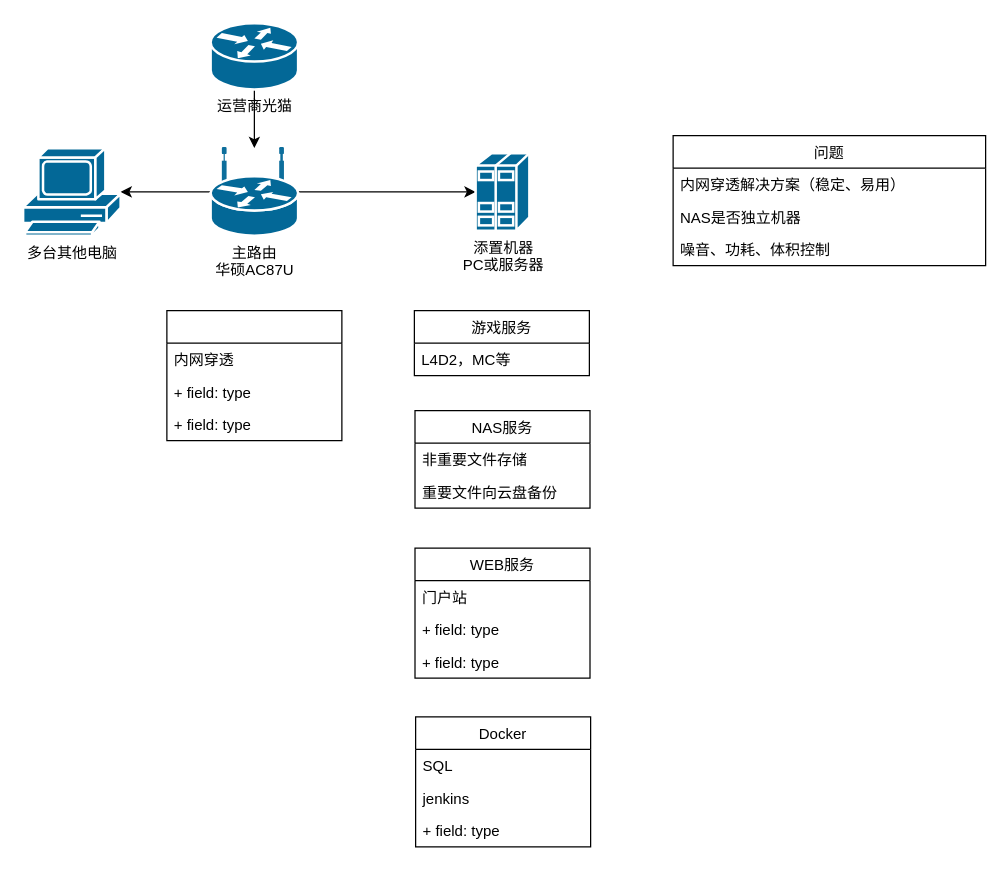
Earlier version of the draw.io diagram 网络布局分析.drawio (alphaAE/Diagrams). Source tidied: cells renumbered, new cells numbered last; positions are measured from the earlier drawing's top-left corner, leaving out a move shared by most shapes. Both pictures are drawn from the tidied source at 125%, with x=0, y=0 at pixel (22, 22).
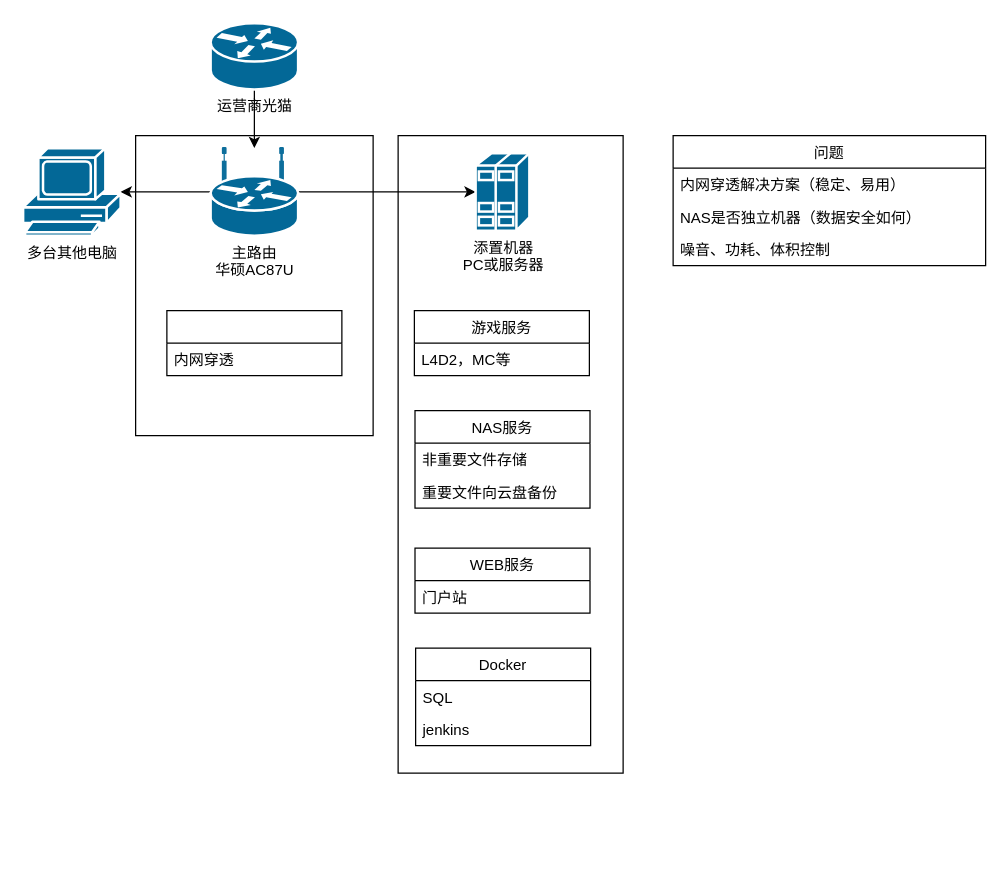
Above is the later version.

Commit message (it also covers changes not shown here):
更新网络布局分析.drawio

The change refers to these unchanged cells:
```xml
<mxCell id="26" value="问题" style="swimlane;fontStyle=0;horizontal=1;startSize=26;fillColor=none;" parent="1" vertex="1">
  <mxGeometry x="520" y="90" width="250" height="104" as="geometry" />
</mxCell>
```

Change to the diagram source:
```diff
@@
+    <mxCell id="30" style="rounded=0;whiteSpace=wrap;html=1;" parent="1" vertex="1">
+      <mxGeometry x="300" y="90" width="180" height="510" as="geometry" />
+    </mxCell>
+    <mxCell id="31" style="rounded=0;whiteSpace=wrap;html=1;" parent="1" vertex="1">
+      <mxGeometry x="90" y="90" width="190" height="240" as="geometry" />
+    </mxCell>
@@
     <mxCell id="14" value="WEB服务" style="swimlane;fontStyle=0;horizontal=1;startSize=26;fillColor=none;" parent="1" vertex="1">
-      <mxGeometry x="313.5" y="420" width="140" height="104" as="geometry" />
+      <mxGeometry x="313.5" y="420" width="140" height="52" as="geometry" />
     </mxCell>
@@
-    <mxCell id="16" value="+ field: type" style="text;strokeColor=none;fillColor=none;align=left;verticalAlign=top;spacingLeft=4;spacingRight=4;overflow=hidden;" parent="14" vertex="1">
-      <mxGeometry y="52" width="140" height="26" as="geometry" />
-    </mxCell>
-    <mxCell id="17" value="+ field: type" style="text;strokeColor=none;fillColor=none;align=left;verticalAlign=top;spacingLeft=4;spacingRight=4;overflow=hidden;" parent="14" vertex="1">
-      <mxGeometry y="78" width="140" height="26" as="geometry" />
-    </mxCell>
     <mxCell id="18" style="swimlane;fontStyle=0;horizontal=1;startSize=26;fillColor=none;" parent="1" vertex="1">
-      <mxGeometry x="115" y="230" width="140" height="104" as="geometry" />
+      <mxGeometry x="115" y="230" width="140" height="52" as="geometry" />
     </mxCell>
@@
-    <mxCell id="20" value="+ field: type" style="text;strokeColor=none;fillColor=none;align=left;verticalAlign=top;spacingLeft=4;spacingRight=4;overflow=hidden;" parent="18" vertex="1">
-      <mxGeometry y="52" width="140" height="26" as="geometry" />
-    </mxCell>
-    <mxCell id="21" value="+ field: type" style="text;strokeColor=none;fillColor=none;align=left;verticalAlign=top;spacingLeft=4;spacingRight=4;overflow=hidden;" parent="18" vertex="1">
-      <mxGeometry y="78" width="140" height="26" as="geometry" />
-    </mxCell>
     <mxCell id="22" value="Docker" style="swimlane;fontStyle=0;horizontal=1;startSize=26;fillColor=none;" parent="1" vertex="1">
-      <mxGeometry x="314" y="555" width="140" height="104" as="geometry" />
+      <mxGeometry x="314" y="500" width="140" height="78" as="geometry" />
     </mxCell>
@@
-    <mxCell id="25" value="+ field: type" style="text;strokeColor=none;fillColor=none;align=left;verticalAlign=top;spacingLeft=4;spacingRight=4;overflow=hidden;" parent="22" vertex="1">
-      <mxGeometry y="78" width="140" height="26" as="geometry" />
-    </mxCell>
@@
-    <mxCell id="28" value="NAS是否独立机器" style="text;strokeColor=none;fillColor=none;align=left;verticalAlign=top;spacingLeft=4;spacingRight=4;overflow=hidden;" parent="26" vertex="1">
+    <mxCell id="28" value="NAS是否独立机器（数据安全如何）" style="text;strokeColor=none;fillColor=none;align=left;verticalAlign=top;spacingLeft=4;spacingRight=4;overflow=hidden;" parent="26" vertex="1">
       <mxGeometry y="52" width="250" height="26" as="geometry" />
     </mxCell>
```
